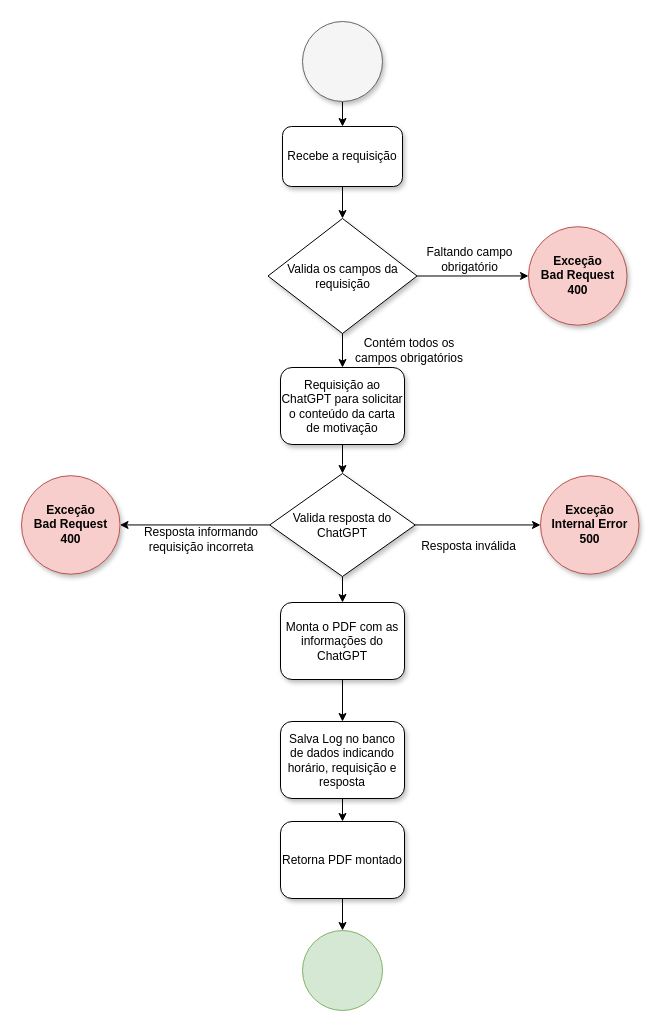
This is doc/diagrams/CartaDeMotivacao.drawio from Curriculum-Vitae-AI/Curriculum-AI-BackEnd, a draw.io file, before an edit. Source tidied: cells renumbered, new cells numbered last; positions are measured from the earlier drawing's top-left corner, leaving out a move shared by most shapes. Both pictures are drawn from the tidied source at 100%, with x=0, y=0 at pixel (21, 21).
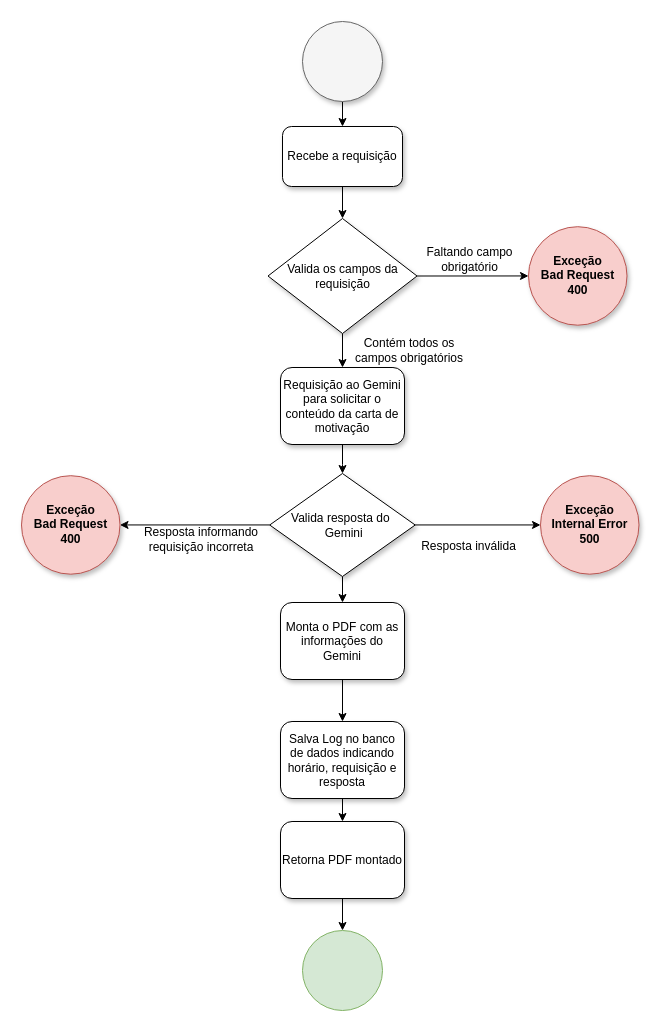
The same diagram, later.

The edit, as a diff of the source:
```diff
@@
-    <mxCell id="13" value="Requisição ao ChatGPT para solicitar o conteúdo da carta de motivação" style="rounded=1;whiteSpace=wrap;html=1;shadow=1;glass=0;" parent="1" vertex="1">
+    <mxCell id="13" value="Requisição ao Gemini para solicitar o conteúdo da carta de motivação" style="rounded=1;whiteSpace=wrap;html=1;shadow=1;glass=0;" parent="1" vertex="1">
       <mxGeometry x="259" y="346" width="124" height="77" as="geometry" />
     </mxCell>
@@
-    <mxCell id="17" value="Valida resposta do ChatGPT" style="rhombus;whiteSpace=wrap;html=1;shadow=1;" parent="1" vertex="1">
+    <mxCell id="17" value="Valida resposta do&amp;nbsp; &amp;nbsp;Gemini" style="rhombus;whiteSpace=wrap;html=1;shadow=1;" parent="1" vertex="1">
       <mxGeometry x="248.2" y="452" width="145.5" height="103" as="geometry" />
     </mxCell>
@@
-    <mxCell id="23" value="Monta o PDF com as informações do ChatGPT" style="rounded=1;whiteSpace=wrap;html=1;shadow=1;glass=0;" parent="1" vertex="1">
+    <mxCell id="23" value="Monta o PDF com as informações do Gemini" style="rounded=1;whiteSpace=wrap;html=1;shadow=1;glass=0;" parent="1" vertex="1">
       <mxGeometry x="259" y="581" width="124" height="77" as="geometry" />
     </mxCell>
```
